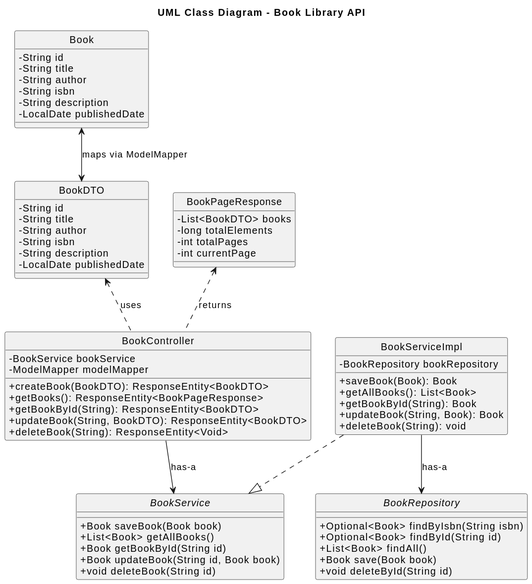
Above: diagrams/class-diagram.svg in imneerajsharma/book-library (PlantUML), before the change.
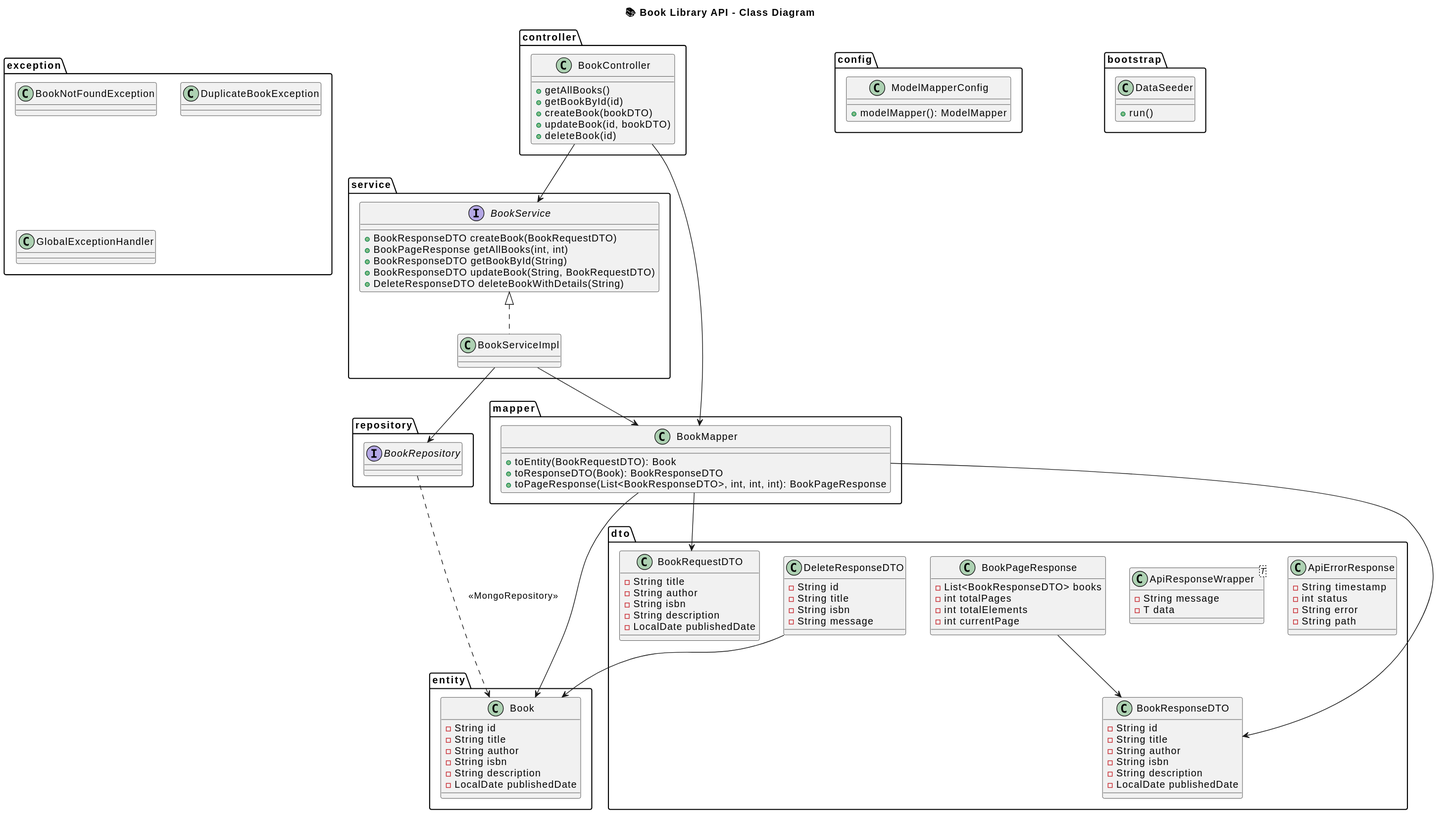
Above is the later version.

Commit message:
Refresh class diagram to match refactored project structure

What changed in the source:
```diff
@@ -1,74 +1,122 @@
 @startuml
-title UML Class Diagram - Book Library API
+title 📚 Book Library API - Class Diagram
 
-skinparam style strictuml
-skinparam classAttributeIconSize 0
-
-class Book {
-  - String id
-  - String title
-  - String author
-  - String isbn
-  - String description
-  - LocalDate publishedDate
+package "entity" {
+    class Book {
+        - String id
+        - String title
+        - String author
+        - String isbn
+        - String description
+        - LocalDate publishedDate
+    }
 }
 
-class BookDTO {
-  - String id
-  - String title
-  - String author
-  - String isbn
-  - String description
-  - LocalDate publishedDate
+package "dto" {
+    class BookRequestDTO {
+        - String title
+        - String author
+        - String isbn
+        - String description
+        - LocalDate publishedDate
+    }
+
+    class BookResponseDTO {
+        - String id
+        - String title
+        - String author
+        - String isbn
+        - String description
+        - LocalDate publishedDate
+    }
+
+    class BookPageResponse {
+        - List<BookResponseDTO> books
+        - int totalPages
+        - int totalElements
+        - int currentPage
+    }
+
+    class DeleteResponseDTO {
+        - String id
+        - String title
+        - String isbn
+        - String message
+    }
+
+    class ApiResponseWrapper<T> {
+        - String message
+        - T data
+    }
+
+    class ApiErrorResponse {
+        - String timestamp
+        - int status
+        - String error
+        - String path
+    }
 }
 
-class BookPageResponse {
-  - List<BookDTO> books
-  - long totalElements
-  - int totalPages
-  - int currentPage
+package "controller" {
+    class BookController {
+        + getAllBooks()
+        + getBookById(id)
+        + createBook(bookDTO)
+        + updateBook(id, bookDTO)
+        + deleteBook(id)
+    }
 }
 
-interface BookRepository {
-  + Optional<Book> findByIsbn(String isbn)
-  + Optional<Book> findById(String id)
-  + List<Book> findAll()
-  + Book save(Book book)
-  + void deleteById(String id)
+package "service" {
+    interface BookService {
+        + BookResponseDTO createBook(BookRequestDTO)
+        + BookPageResponse getAllBooks(int, int)
+        + BookResponseDTO getBookById(String)
+        + BookResponseDTO updateBook(String, BookRequestDTO)
+        + DeleteResponseDTO deleteBookWithDetails(String)
+    }
+
+    class BookServiceImpl implements BookService
 }
 
-interface BookService {
-  + Book saveBook(Book book)
-  + List<Book> getAllBooks()
-  + Book getBookById(String id)
-  + Book updateBook(String id, Book book)
-  + void deleteBook(String id)
+package "mapper" {
+    class BookMapper {
+        + toEntity(BookRequestDTO): Book
+        + toResponseDTO(Book): BookResponseDTO
+        + toPageResponse(List<BookResponseDTO>, int, int, int): BookPageResponse
+    }
 }
 
-class BookServiceImpl {
-  - BookRepository bookRepository
-  + saveBook(Book): Book
-  + getAllBooks(): List<Book>
-  + getBookById(String): Book
-  + updateBook(String, Book): Book
-  + deleteBook(String): void
+package "repository" {
+    interface BookRepository
 }
 
-class BookController {
-  - BookService bookService
-  - ModelMapper modelMapper
-  + createBook(BookDTO): ResponseEntity<BookDTO>
-  + getBooks(): ResponseEntity<BookPageResponse>
-  + getBookById(String): ResponseEntity<BookDTO>
-  + updateBook(String, BookDTO): ResponseEntity<BookDTO>
-  + deleteBook(String): ResponseEntity<Void>
+package "exception" {
+    class BookNotFoundException
+    class DuplicateBookException
+    class GlobalExceptionHandler
 }
 
-BookDTO <.. BookController : uses
-BookPageResponse <.. BookController : returns
-Book <--> BookDTO : maps via ModelMapper
+package "config" {
+    class ModelMapperConfig {
+        + modelMapper(): ModelMapper
+    }
+}
 
-BookServiceImpl --> BookRepository : has-a
-BookServiceImpl ..|> BookService
-BookController --> BookService : has-a
+package "bootstrap" {
+    class DataSeeder {
+        + run()
+    }
+}
+
+BookController --> BookService
+BookServiceImpl --> BookRepository
+BookServiceImpl --> BookMapper
+BookController --> BookMapper
+BookMapper --> BookRequestDTO
+BookMapper --> BookResponseDTO
+BookMapper --> Book
+BookPageResponse --> BookResponseDTO
+DeleteResponseDTO --> Book
+BookRepository ..> Book : <<MongoRepository>>
 @enduml
```
